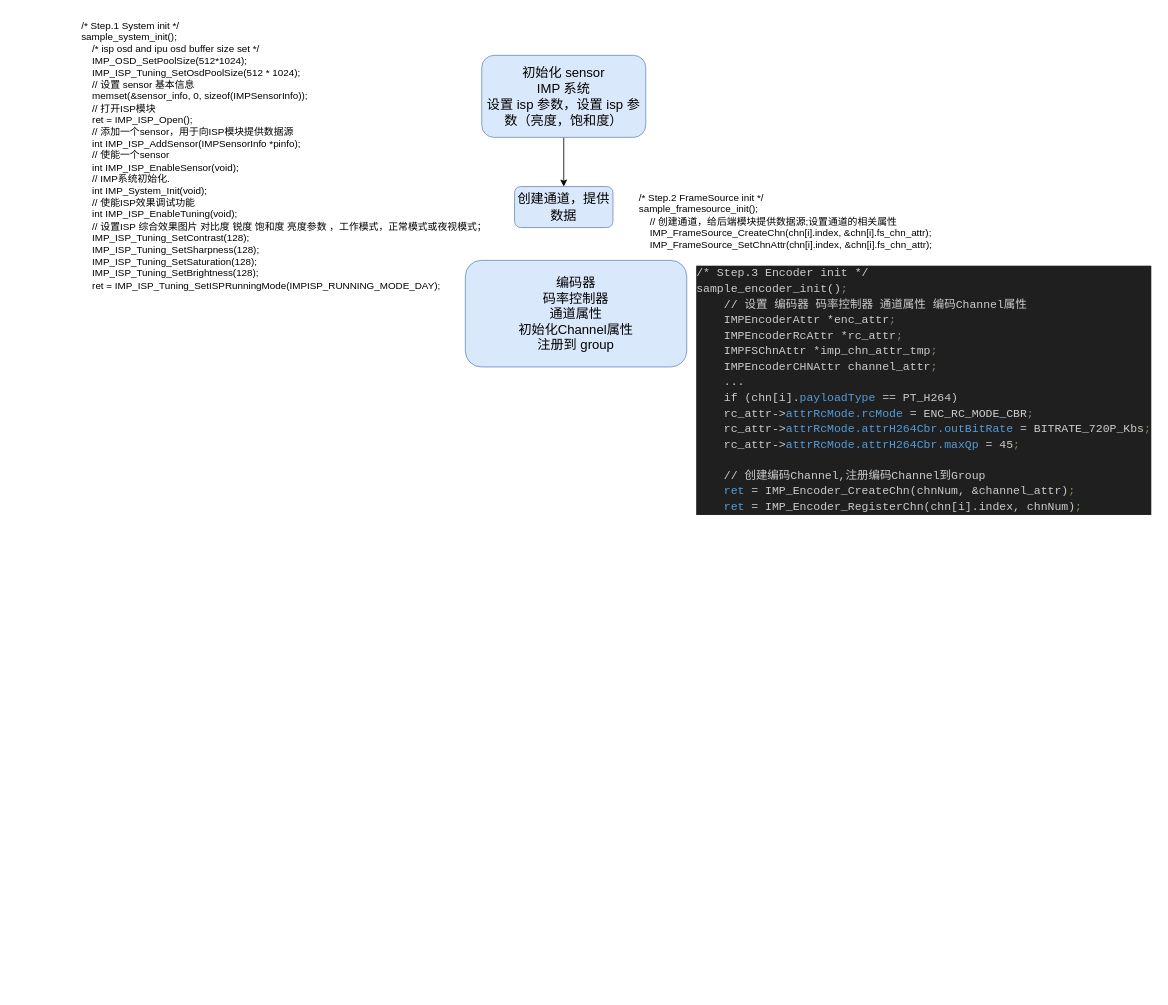
zhouzmo/picture keeps this draw.io diagram as t23.drawio. Above is the earlier version. Source tidied: cells renumbered, new cells numbered last; positions are measured from the earlier drawing's top-left corner, leaving out a move shared by most shapes. Both pictures are drawn from the tidied source at 82%, with x=0, y=0 at pixel (80, 14).
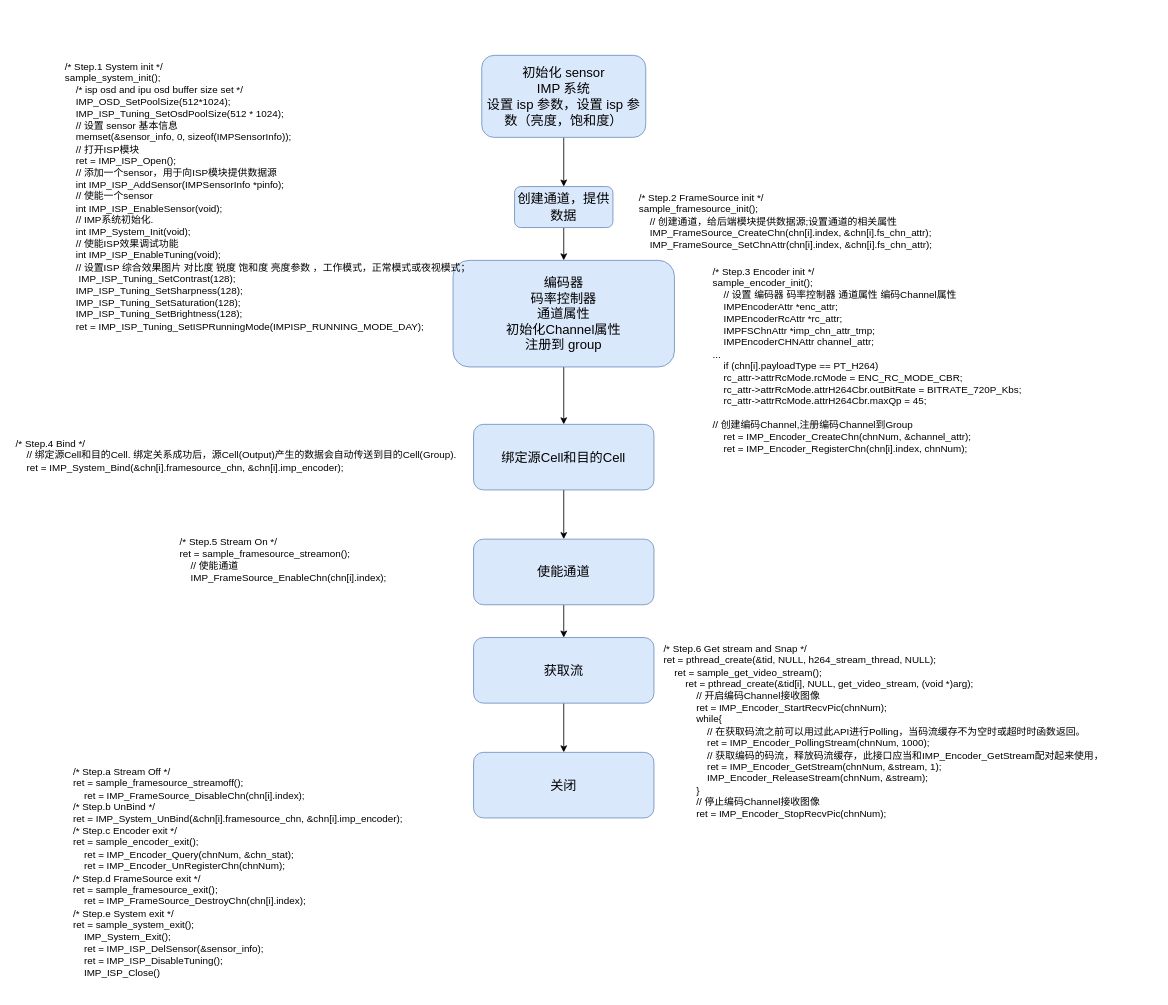
The same page after the edit.

Unchanged cells that the change refers to:
```xml
<mxCell id="4" value="创建通道，提供数据" style="rounded=1;whiteSpace=wrap;html=1;fillColor=#dae8fc;strokeColor=#6c8ebf;fontSize=16;" parent="1" vertex="1">
  <mxGeometry x="530" y="210" width="120" height="50" as="geometry" />
</mxCell>
```

What changed in the source:
```diff
@@
+    <mxCell id="9" style="edgeStyle=orthogonalEdgeStyle;rounded=0;jettySize=auto;html=1;exitX=0.5;exitY=1;exitDx=0;exitDy=0;entryX=0.5;entryY=0;entryDx=0;entryDy=0;" parent="1" edge="1" source="4" target="5">
+      <mxGeometry relative="1" as="geometry" />
+    </mxCell>
@@
+    <mxCell id="10" style="edgeStyle=orthogonalEdgeStyle;rounded=0;jettySize=auto;html=1;" parent="1" edge="1" source="5" target="13">
+      <mxGeometry relative="1" as="geometry" />
+    </mxCell>
     <mxCell id="5" value="编码器 &lt;br&gt;码率控制器&lt;br&gt;通道属性&lt;br&gt;初始化Channel属性&lt;br&gt;注册到 group" style="rounded=1;whiteSpace=wrap;html=1;fillColor=#dae8fc;strokeColor=#6c8ebf;fontSize=16;" parent="1" vertex="1">
-      <mxGeometry x="470" y="300" width="270" height="130" as="geometry" />
+      <mxGeometry x="455" y="300" width="270" height="130" as="geometry" />
     </mxCell>
@@
-    <mxCell id="7" value="/* Step.1 System init */&#10;sample_system_init();&#10;    /* isp osd and ipu osd buffer size set */&#10;    IMP_OSD_SetPoolSize(512*1024);&#10;    IMP_ISP_Tuning_SetOsdPoolSize(512 * 1024);&#10;    // 设置 sensor 基本信息&#10;    memset(&amp;sensor_info, 0, sizeof(IMPSensorInfo));&#10;    // 打开ISP模块&#10;    ret = IMP_ISP_Open();&#10;    // 添加一个sensor，用于向ISP模块提供数据源&#10;    int IMP_ISP_AddSensor(IMPSensorInfo *pinfo);&#10;    // 使能一个sensor&#10;    int IMP_ISP_EnableSensor(void);&#10;    // IMP系统初始化.&#10;    int IMP_System_Init(void);&#10;    // 使能ISP效果调试功能&#10;    int IMP_ISP_EnableTuning(void);&#10;    // 设置ISP 综合效果图片 对比度 锐度 饱和度 亮度参数 ，工作模式，正常模式或夜视模式；&#10;    IMP_ISP_Tuning_SetContrast(128);&#10;    IMP_ISP_Tuning_SetSharpness(128);&#10;    IMP_ISP_Tuning_SetSaturation(128);&#10;    IMP_ISP_Tuning_SetBrightness(128);&#10;    ret = IMP_ISP_Tuning_SetISPRunningMode(IMPISP_RUNNING_MODE_DAY);" style="text;whiteSpace=wrap;" parent="1" vertex="1">
-      <mxGeometry width="530" height="310" as="geometry" />
+    <mxCell id="7" value="/* Step.1 System init */&#10;sample_system_init();&#10;    /* isp osd and ipu osd buffer size set */&#10;    IMP_OSD_SetPoolSize(512*1024);&#10;    IMP_ISP_Tuning_SetOsdPoolSize(512 * 1024);&#10;    // 设置 sensor 基本信息&#10;    memset(&amp;sensor_info, 0, sizeof(IMPSensorInfo));&#10;    // 打开ISP模块&#10;    ret = IMP_ISP_Open();&#10;    // 添加一个sensor，用于向ISP模块提供数据源&#10;    int IMP_ISP_AddSensor(IMPSensorInfo *pinfo);&#10;    // 使能一个sensor&#10;    int IMP_ISP_EnableSensor(void);&#10;    // IMP系统初始化.&#10;    int IMP_System_Init(void);&#10;    // 使能ISP效果调试功能&#10;    int IMP_ISP_EnableTuning(void);&#10;    // 设置ISP 综合效果图片 对比度 锐度 饱和度 亮度参数 ，工作模式，正常模式或夜视模式；&#10;     IMP_ISP_Tuning_SetContrast(128);&#10;    IMP_ISP_Tuning_SetSharpness(128);&#10;    IMP_ISP_Tuning_SetSaturation(128);&#10;    IMP_ISP_Tuning_SetBrightness(128);&#10;    ret = IMP_ISP_Tuning_SetISPRunningMode(IMPISP_RUNNING_MODE_DAY);" style="text;whiteSpace=wrap;" parent="1" vertex="1">
+      <mxGeometry x="-20" y="50" width="530" height="310" as="geometry" />
     </mxCell>
-    <mxCell id="8" value="&lt;div style=&quot;color: #cccccc;background-color: #1f1f1f;font-family: Consolas, 'Courier New', monospace;font-weight: normal;font-size: 14px;line-height: 19px;white-space: pre;&quot;&gt;&lt;div&gt;/* Step.3 Encoder init */&lt;/div&gt;&lt;div&gt;sample_encoder_init()&lt;span style=&quot;color: rgb(106, 153, 85);&quot;&gt;; &lt;/span&gt;&lt;/div&gt;&lt;div&gt;&amp;nbsp; &amp;nbsp; // 设置 编码器 码率控制器 通道属性 编码Channel属性&lt;/div&gt;&lt;div&gt;&amp;nbsp; &amp;nbsp; IMPEncoderAttr *enc_attr&lt;span style=&quot;color: rgb(106, 153, 85);&quot;&gt;;&lt;/span&gt;&lt;/div&gt;&lt;div&gt;&amp;nbsp; &amp;nbsp; IMPEncoderRcAttr *rc_attr&lt;span style=&quot;color: rgb(106, 153, 85);&quot;&gt;;&lt;/span&gt;&lt;/div&gt;&lt;div&gt;&amp;nbsp; &amp;nbsp; IMPFSChnAttr *imp_chn_attr_tmp&lt;span style=&quot;color: rgb(106, 153, 85);&quot;&gt;;&lt;/span&gt;&lt;/div&gt;&lt;div&gt;&amp;nbsp; &amp;nbsp; IMPEncoderCHNAttr channel_attr&lt;span style=&quot;color: rgb(106, 153, 85);&quot;&gt;;&lt;/span&gt;&lt;/div&gt;&lt;div&gt;&amp;nbsp; &amp;nbsp; ...&lt;/div&gt;&lt;div&gt;&amp;nbsp; &amp;nbsp; if (chn[i].&lt;span style=&quot;color: rgb(86, 156, 214);&quot;&gt;payloadType&lt;/span&gt; == PT_H264) &lt;/div&gt;&lt;div&gt;&amp;nbsp; &amp;nbsp; rc_attr-&amp;gt;&lt;span style=&quot;color: rgb(86, 156, 214);&quot;&gt;attrRcMode.rcMode&lt;/span&gt; = ENC_RC_MODE_CBR&lt;span style=&quot;color: rgb(106, 153, 85);&quot;&gt;;&lt;/span&gt;&lt;/div&gt;&lt;div&gt;&amp;nbsp; &amp;nbsp; rc_attr-&amp;gt;&lt;span style=&quot;color: rgb(86, 156, 214);&quot;&gt;attrRcMode.attrH264Cbr.outBitRate&lt;/span&gt; = BITRATE_720P_Kbs&lt;span style=&quot;color: rgb(106, 153, 85);&quot;&gt;;&lt;/span&gt;&lt;/div&gt;&lt;div&gt;&amp;nbsp; &amp;nbsp; rc_attr-&amp;gt;&lt;span style=&quot;color: rgb(86, 156, 214);&quot;&gt;attrRcMode.attrH264Cbr.maxQp&lt;/span&gt; = 45&lt;span style=&quot;color: rgb(106, 153, 85);&quot;&gt;;&lt;/span&gt;&lt;/div&gt;&lt;div&gt;&amp;nbsp; &amp;nbsp; &lt;/div&gt;&lt;div&gt;&amp;nbsp; &amp;nbsp; // 创建编码Channel,注册编码Channel到Group&lt;/div&gt;&lt;div&gt;&amp;nbsp; &amp;nbsp; &lt;span style=&quot;color: rgb(86, 156, 214);&quot;&gt;ret&lt;/span&gt; = IMP_Encoder_CreateChn(chnNum, &amp;amp;channel_attr)&lt;span style=&quot;color: rgb(106, 153, 85);&quot;&gt;;&lt;/span&gt;&lt;/div&gt;&lt;div&gt;&amp;nbsp; &amp;nbsp; &lt;span style=&quot;color: rgb(86, 156, 214);&quot;&gt;ret&lt;/span&gt; = IMP_Encoder_RegisterChn(chn[i].index, chnNum)&lt;span style=&quot;color: rgb(106, 153, 85);&quot;&gt;;&lt;/span&gt;&lt;/div&gt;&lt;/div&gt;" style="text;whiteSpace=wrap;html=1;" parent="1" vertex="1">
-      <mxGeometry x="750" y="300" width="560" height="330" as="geometry" />
-    </mxCell>
+    <mxCell id="11" value="/* Step.3 Encoder init */&#10;sample_encoder_init(); &#10;&#9;    // 设置 编码器 码率控制器 通道属性 编码Channel属性&#10;&#9;    IMPEncoderAttr *enc_attr;&#10;&#9;    IMPEncoderRcAttr *rc_attr;&#10;&#9;    IMPFSChnAttr *imp_chn_attr_tmp;&#10;&#9;    IMPEncoderCHNAttr channel_attr;&#10;&#9;...&#10;    if (chn[i].payloadType == PT_H264) &#10;    rc_attr-&gt;attrRcMode.rcMode = ENC_RC_MODE_CBR;&#10;    rc_attr-&gt;attrRcMode.attrH264Cbr.outBitRate = BITRATE_720P_Kbs;&#10;    rc_attr-&gt;attrRcMode.attrH264Cbr.maxQp = 45;&#10;&#9;&#10;&#9;// 创建编码Channel,注册编码Channel到Group&#10;    ret = IMP_Encoder_CreateChn(chnNum, &amp;channel_attr);&#10;    ret = IMP_Encoder_RegisterChn(chn[i].index, chnNum);" style="text;whiteSpace=wrap;" parent="1" vertex="1">
+      <mxGeometry x="770" y="300" width="410" height="250" as="geometry" />
+    </mxCell>
+    <mxCell id="12" style="edgeStyle=orthogonalEdgeStyle;rounded=0;jettySize=auto;html=1;entryX=0.5;entryY=0;entryDx=0;entryDy=0;" parent="1" edge="1" source="13" target="16">
+      <mxGeometry relative="1" as="geometry" />
+    </mxCell>
+    <mxCell id="13" value="绑定源Cell和目的Cell" style="rounded=1;whiteSpace=wrap;html=1;fillColor=#dae8fc;strokeColor=#6c8ebf;fontSize=16;" parent="1" vertex="1">
+      <mxGeometry x="480" y="500" width="220" height="80" as="geometry" />
+    </mxCell>
+    <mxCell id="14" value="/* Step.4 Bind */&#10;    // 绑定源Cell和目的Cell. 绑定关系成功后，源Cell(Output)产生的数据会自动传送到目的Cell(Group).&#10;    ret = IMP_System_Bind(&amp;chn[i].framesource_chn, &amp;chn[i].imp_encoder);" style="text;whiteSpace=wrap;" parent="1" vertex="1">
+      <mxGeometry x="-80" y="510" width="560" height="80" as="geometry" />
+    </mxCell>
+    <mxCell id="15" style="edgeStyle=orthogonalEdgeStyle;rounded=0;jettySize=auto;html=1;" parent="1" edge="1" source="16" target="19">
+      <mxGeometry relative="1" as="geometry" />
+    </mxCell>
+    <mxCell id="16" value="使能通道" style="rounded=1;whiteSpace=wrap;html=1;fillColor=#dae8fc;strokeColor=#6c8ebf;fontSize=16;" parent="1" vertex="1">
+      <mxGeometry x="480" y="640" width="220" height="80" as="geometry" />
+    </mxCell>
+    <mxCell id="17" value="/* Step.5 Stream On */&#10;ret = sample_framesource_streamon();&#10;    // 使能通道&#10;    IMP_FrameSource_EnableChn(chn[i].index);" style="text;whiteSpace=wrap;" parent="1" vertex="1">
+      <mxGeometry x="120" y="630" width="290" height="80" as="geometry" />
+    </mxCell>
+    <mxCell id="18" style="edgeStyle=orthogonalEdgeStyle;rounded=0;jettySize=auto;html=1;" parent="1" edge="1" source="19" target="21">
+      <mxGeometry relative="1" as="geometry" />
+    </mxCell>
+    <mxCell id="19" value="获取流" style="rounded=1;whiteSpace=wrap;html=1;fillColor=#dae8fc;strokeColor=#6c8ebf;fontSize=16;" parent="1" vertex="1">
+      <mxGeometry x="480" y="760" width="220" height="80" as="geometry" />
+    </mxCell>
+    <mxCell id="20" value="/* Step.6 Get stream and Snap */&#10;ret = pthread_create(&amp;tid, NULL, h264_stream_thread, NULL);&#10;    ret = sample_get_video_stream();&#10;        ret = pthread_create(&amp;tid[i], NULL, get_video_stream, (void *)arg);&#10;            // 开启编码Channel接收图像&#10;            ret = IMP_Encoder_StartRecvPic(chnNum);&#10;            while{&#10;                // 在获取码流之前可以用过此API进行Polling，当码流缓存不为空时或超时时函数返回。&#10;                ret = IMP_Encoder_PollingStream(chnNum, 1000);&#10;                // 获取编码的码流，释放码流缓存，此接口应当和IMP_Encoder_GetStream配对起来使用，&#10;                ret = IMP_Encoder_GetStream(chnNum, &amp;stream, 1);&#10;                IMP_Encoder_ReleaseStream(chnNum, &amp;stream);&#10;            }&#10;            // 停止编码Channel接收图像&#10;            ret = IMP_Encoder_StopRecvPic(chnNum);" style="text;whiteSpace=wrap;" parent="1" vertex="1">
+      <mxGeometry x="710" y="760" width="560" height="250" as="geometry" />
+    </mxCell>
+    <mxCell id="21" value="关闭" style="rounded=1;whiteSpace=wrap;html=1;fillColor=#dae8fc;strokeColor=#6c8ebf;fontSize=16;" parent="1" vertex="1">
+      <mxGeometry x="480" y="900" width="220" height="80" as="geometry" />
+    </mxCell>
+    <mxCell id="22" value="/* Step.a Stream Off */&#10;ret = sample_framesource_streamoff();        &#10;    ret = IMP_FrameSource_DisableChn(chn[i].index);&#10;/* Step.b UnBind */&#10;ret = IMP_System_UnBind(&amp;chn[i].framesource_chn, &amp;chn[i].imp_encoder);&#10;/* Step.c Encoder exit */&#10;ret = sample_encoder_exit();&#10;    ret = IMP_Encoder_Query(chnNum, &amp;chn_stat);&#10;    ret = IMP_Encoder_UnRegisterChn(chnNum);&#10;/* Step.d FrameSource exit */&#10;ret = sample_framesource_exit();&#10;    ret = IMP_FrameSource_DestroyChn(chn[i].index);&#10;/* Step.e System exit */&#10;ret = sample_system_exit();&#10;    IMP_System_Exit();&#10;    ret = IMP_ISP_DelSensor(&amp;sensor_info);&#10;    ret = IMP_ISP_DisableTuning();&#10;    IMP_ISP_Close()" style="text;whiteSpace=wrap;" parent="1" vertex="1">
+      <mxGeometry x="-10" y="910" width="440" height="280" as="geometry" />
+    </mxCell>
```
